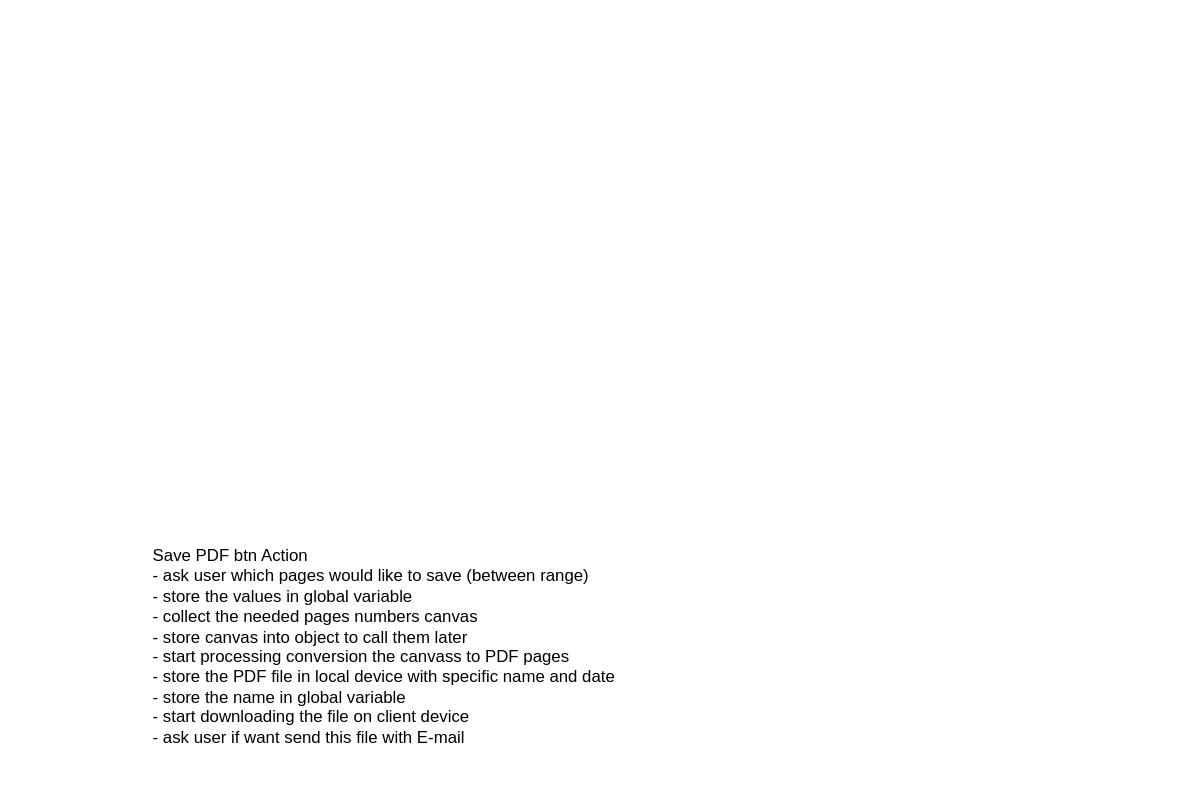
Earlier version of the draw.io diagram page "Page-4" (4 of 4) of UML Design/main.drawio (ahmadtechnik/signatureSystem). Source tidied: cells renumbered, new cells numbered last; positions are measured from the earlier drawing's top-left corner, leaving out a move shared by most shapes. Both pictures are drawn from the tidied source at 140%, with x=0, y=0 at pixel (150, 542).
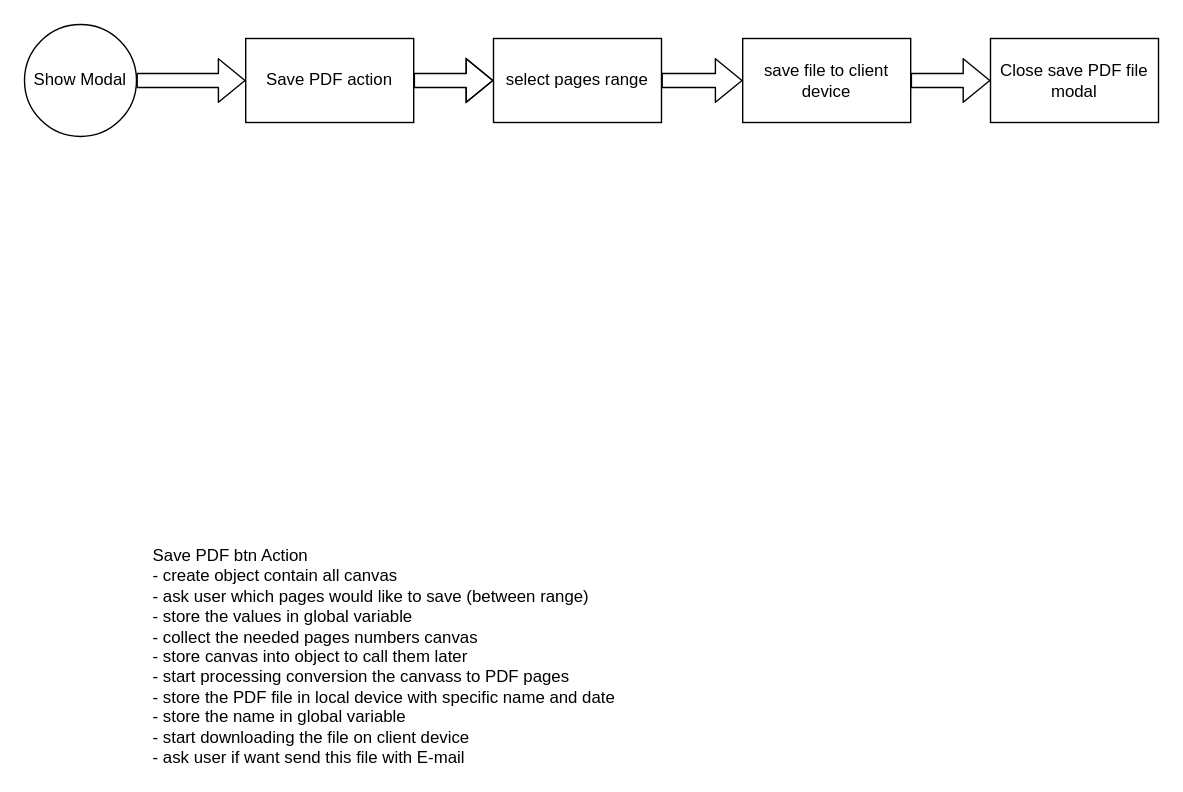
Above is the later version.

Diff of the diagram source:
```diff
@@
 <mxGraphModel>
   <root>
     <mxCell id="0" />
     <mxCell id="1" parent="0" />
-    <mxCell id="2" value="Save PDF btn Action&lt;br&gt;- ask user which pages would like to save (between range)&lt;br&gt;- store the values in global variable&amp;nbsp;&lt;br&gt;- collect the needed pages numbers canvas&amp;nbsp;&lt;br&gt;- store canvas into object to call them later&lt;br&gt;- start processing conversion the canvass to PDF pages&lt;br&gt;- store the PDF file in local device with specific name and date&amp;nbsp;&lt;br&gt;- store the name in global variable&lt;br&gt;- start downloading the file on client device&lt;br&gt;- ask user if want send this file with E-mail&lt;br&gt;" style="text;html=1;align=left;verticalAlign=top;spacingTop=-4;" parent="1" vertex="1">
-      <mxGeometry width="350" height="140" as="geometry" />
+    <mxCell id="2" value="Save PDF btn Action&lt;br&gt;- create object contain all canvas&amp;nbsp;&lt;br&gt;- ask user which pages would like to save (between range)&lt;br&gt;- store the values in global variable&amp;nbsp;&lt;br&gt;- collect the needed pages numbers canvas&amp;nbsp;&lt;br&gt;- store canvas into object to call them later&lt;br&gt;- start processing conversion the canvass to PDF pages&lt;br&gt;- store the PDF file in local device with specific name and date&amp;nbsp;&lt;br&gt;- store the name in global variable&lt;br&gt;- start downloading the file on client device&lt;br&gt;- ask user if want send this file with E-mail&lt;br&gt;" style="text;html=1;align=left;verticalAlign=top;spacingTop=-4;" parent="1" vertex="1">
+      <mxGeometry width="350" height="160" as="geometry" />
     </mxCell>
+    <mxCell id="3" value="Save PDF action" style="rounded=0;whiteSpace=wrap;html=1;" parent="1" vertex="1">
+      <mxGeometry x="68" y="-360" width="120" height="60" as="geometry" />
+    </mxCell>
+    <mxCell id="4" value="select pages range" style="rounded=0;whiteSpace=wrap;html=1;" parent="1" vertex="1">
+      <mxGeometry x="245" y="-360" width="120" height="60" as="geometry" />
+    </mxCell>
+    <mxCell id="5" style="shape=flexArrow;endArrow=classic;html=1;entryX=0;entryY=0.5;entryDx=0;entryDy=0;exitX=1;exitY=0.5;exitDx=0;exitDy=0;" parent="1" edge="1" source="3" target="4">
+      <mxGeometry relative="1" as="geometry">
+        <Array as="points">
+          <mxPoint x="210" y="-330" />
+        </Array>
+      </mxGeometry>
+    </mxCell>
+    <mxCell id="6" value="save file to client device" style="rounded=0;whiteSpace=wrap;html=1;" parent="1" vertex="1">
+      <mxGeometry x="423" y="-360" width="120" height="60" as="geometry" />
+    </mxCell>
+    <mxCell id="7" style="shape=flexArrow;endArrow=classic;html=1;entryX=0;entryY=0.5;entryDx=0;entryDy=0;exitX=1;exitY=0.5;exitDx=0;exitDy=0;" parent="1" edge="1" source="4" target="6">
+      <mxGeometry relative="1" as="geometry" />
+    </mxCell>
+    <mxCell id="8" style="shape=flexArrow;endArrow=classic;html=1;exitX=1;exitY=0.5;exitDx=0;exitDy=0;" parent="1" edge="1" source="6" target="9">
+      <mxGeometry relative="1" as="geometry" />
+    </mxCell>
+    <mxCell id="9" value="Close save PDF file modal" style="rounded=0;whiteSpace=wrap;html=1;" parent="1" vertex="1">
+      <mxGeometry x="600" y="-360" width="120" height="60" as="geometry" />
+    </mxCell>
+    <mxCell id="10" value="Show Modal" style="ellipse;whiteSpace=wrap;html=1;" parent="1" vertex="1">
+      <mxGeometry x="-90" y="-370" width="80" height="80" as="geometry" />
+    </mxCell>
+    <mxCell id="11" style="shape=flexArrow;endArrow=classic;html=1;entryX=0;entryY=0.5;entryDx=0;entryDy=0;exitX=1;exitY=0.5;exitDx=0;exitDy=0;" parent="1" edge="1" source="10" target="3">
+      <mxGeometry relative="1" as="geometry" />
+    </mxCell>
   </root>
 </mxGraphModel>
```
